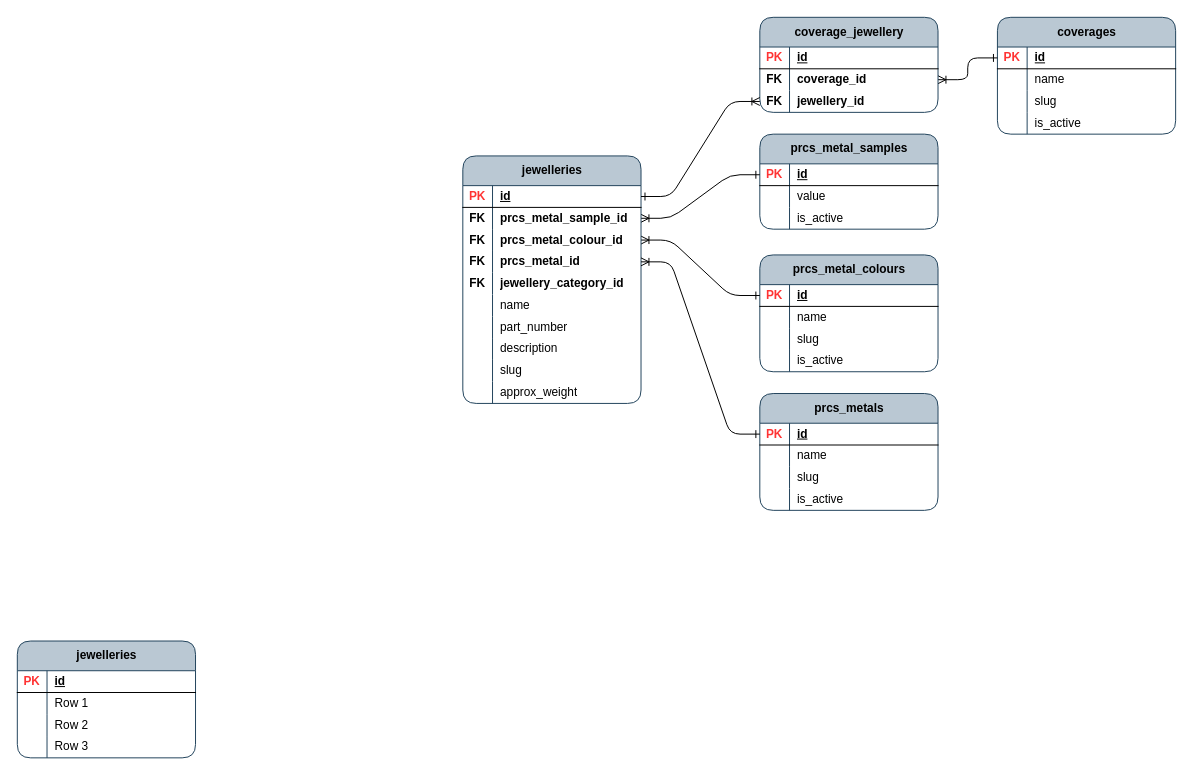
The draw.io diagram page "precious_metals" (5 of 6) of jewellery_items.drawio in acwstudio/app-ben-brumm, before the edit. Source tidied: cells renumbered, new cells numbered last; positions are measured from the earlier drawing's top-left corner, leaving out a move shared by most shapes. Both pictures are drawn from the tidied source at 99%, with x=0, y=0 at pixel (17, 17).
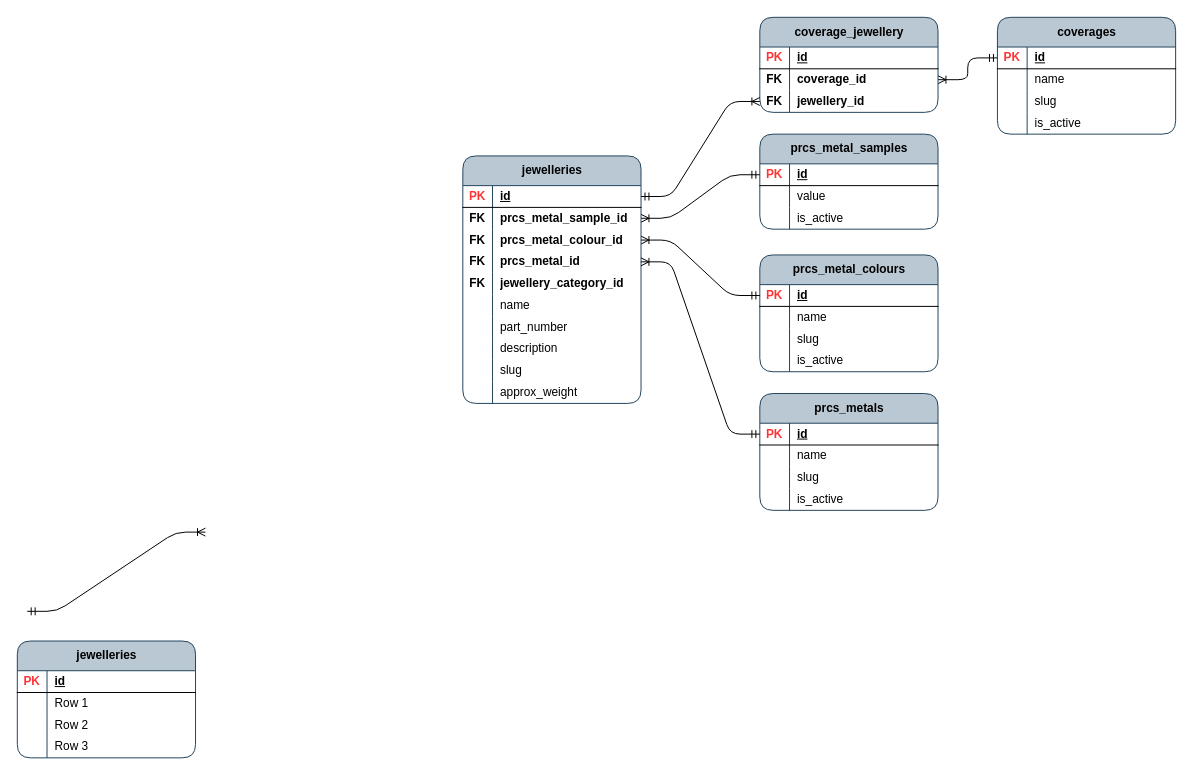
The same diagram, later.

The change refers to these unchanged cells:
```xml
<mxCell id="16" style="shape=tableRow;horizontal=0;startSize=0;swimlaneHead=0;swimlaneBody=0;fillColor=none;points=[[0,0.5],[1,0.5]];portConstraint=eastwest;top=0;left=0;right=0;bottom=1;rounded=1;" parent="15" vertex="1">
  <mxGeometry y="30" width="180" height="22" as="geometry" />
</mxCell>
<mxCell id="29" style="shape=tableRow;horizontal=0;startSize=0;swimlaneHead=0;swimlaneBody=0;fillColor=none;points=[[0,0.5],[1,0.5]];portConstraint=eastwest;top=0;left=0;right=0;bottom=1;rounded=1;" parent="28" vertex="1">
  <mxGeometry y="30" width="180" height="22" as="geometry" />
</mxCell>
<mxCell id="41" style="shape=tableRow;horizontal=0;startSize=0;swimlaneHead=0;swimlaneBody=0;fillColor=none;points=[[0,0.5],[1,0.5]];portConstraint=eastwest;top=0;left=0;right=0;bottom=1;rounded=1;" parent="40" vertex="1">
  <mxGeometry y="30" width="180" height="22" as="geometry" />
</mxCell>
<mxCell id="54" style="shape=tableRow;horizontal=0;startSize=0;swimlaneHead=0;swimlaneBody=0;fillColor=none;points=[[0,0.5],[1,0.5]];portConstraint=eastwest;top=0;left=0;right=0;bottom=1;rounded=1;" parent="53" vertex="1">
  <mxGeometry y="30" width="180" height="22" as="geometry" />
</mxCell>
<mxCell id="68" style="shape=tableRow;horizontal=0;startSize=0;swimlaneHead=0;swimlaneBody=0;fillColor=none;points=[[0,0.5],[1,0.5]];portConstraint=eastwest;top=0;left=0;right=0;bottom=1;rounded=1;" parent="67" vertex="1">
  <mxGeometry y="30" width="180" height="22" as="geometry" />
</mxCell>
<mxCell id="71" style="shape=tableRow;horizontal=0;startSize=0;swimlaneHead=0;swimlaneBody=0;fillColor=none;points=[[0,0.5],[1,0.5]];portConstraint=eastwest;top=0;left=0;right=0;bottom=0;rounded=1;" parent="67" vertex="1">
  <mxGeometry y="52" width="180" height="22" as="geometry" />
</mxCell>
<mxCell id="74" style="shape=tableRow;horizontal=0;startSize=0;swimlaneHead=0;swimlaneBody=0;fillColor=none;points=[[0,0.5],[1,0.5]];portConstraint=eastwest;top=0;left=0;right=0;bottom=0;rounded=1;" parent="67" vertex="1">
  <mxGeometry y="74" width="180" height="22" as="geometry" />
</mxCell>
<mxCell id="77" style="shape=tableRow;horizontal=0;startSize=0;swimlaneHead=0;swimlaneBody=0;fillColor=none;points=[[0,0.5],[1,0.5]];portConstraint=eastwest;top=0;left=0;right=0;bottom=0;rounded=1;" parent="67" vertex="1">
  <mxGeometry y="96" width="180" height="22" as="geometry" />
</mxCell>
<mxCell id="102" style="shape=tableRow;horizontal=0;startSize=0;swimlaneHead=0;swimlaneBody=0;fillColor=none;points=[[0,0.5],[1,0.5]];portConstraint=eastwest;top=0;left=0;right=0;bottom=0;rounded=1;fontStyle=1;" parent="98" vertex="1">
  <mxGeometry y="52" width="180" height="22" as="geometry" />
</mxCell>
<mxCell id="105" style="shape=tableRow;horizontal=0;startSize=0;swimlaneHead=0;swimlaneBody=0;fillColor=none;points=[[0,0.5],[1,0.5]];portConstraint=eastwest;top=0;left=0;right=0;bottom=0;rounded=1;" parent="98" vertex="1">
  <mxGeometry y="74" width="180" height="22" as="geometry" />
</mxCell>
```

Diff of the diagram source:
```diff
@@
-    <mxCell id="38" style="edgeStyle=entityRelationEdgeStyle;fontSize=12;html=1;endArrow=ERoneToMany;rounded=1;curved=0;exitX=0;exitY=0.5;exitDx=0;exitDy=0;endFill=0;startArrow=ERone;startFill=0;entryX=1;entryY=0.5;entryDx=0;entryDy=0;" parent="1" edge="1" source="29" target="71">
+    <mxCell id="38" style="edgeStyle=entityRelationEdgeStyle;fontSize=12;html=1;endArrow=ERoneToMany;rounded=1;curved=0;exitX=0;exitY=0.5;exitDx=0;exitDy=0;endFill=0;startArrow=ERmandOne;startFill=0;entryX=1;entryY=0.5;entryDx=0;entryDy=0;" parent="1" edge="1" source="29" target="71">
       <mxGeometry relative="1" as="geometry" />
     </mxCell>
-    <mxCell id="39" style="edgeStyle=entityRelationEdgeStyle;fontSize=12;html=1;endArrow=ERoneToMany;rounded=1;curved=0;exitX=0;exitY=0.5;exitDx=0;exitDy=0;endFill=0;startArrow=ERone;startFill=0;entryX=1;entryY=0.5;entryDx=0;entryDy=0;" parent="1" edge="1" source="16" target="74">
+    <mxCell id="39" style="edgeStyle=entityRelationEdgeStyle;fontSize=12;html=1;endArrow=ERoneToMany;rounded=1;curved=0;exitX=0;exitY=0.5;exitDx=0;exitDy=0;endFill=0;startArrow=ERmandOne;startFill=0;entryX=1;entryY=0.5;entryDx=0;entryDy=0;" parent="1" edge="1" source="16" target="74">
       <mxGeometry relative="1" as="geometry" />
     </mxCell>
@@
-    <mxCell id="66" style="edgeStyle=entityRelationEdgeStyle;fontSize=12;html=1;endArrow=ERoneToMany;rounded=1;curved=0;endFill=0;startArrow=ERone;startFill=0;exitX=0;exitY=0.5;exitDx=0;exitDy=0;entryX=1;entryY=0.5;entryDx=0;entryDy=0;" parent="1" edge="1" source="54" target="102">
+    <mxCell id="66" style="edgeStyle=entityRelationEdgeStyle;fontSize=12;html=1;endArrow=ERoneToMany;rounded=1;curved=0;endFill=0;startArrow=ERmandOne;startFill=0;exitX=0;exitY=0.5;exitDx=0;exitDy=0;entryX=1;entryY=0.5;entryDx=0;entryDy=0;" parent="1" edge="1" source="54" target="102">
       <mxGeometry relative="1" as="geometry" />
     </mxCell>
@@
-    <mxCell id="108" style="edgeStyle=entityRelationEdgeStyle;fontSize=12;html=1;endArrow=ERoneToMany;rounded=1;curved=0;endFill=0;startArrow=ERone;startFill=0;exitX=0;exitY=0.5;exitDx=0;exitDy=0;entryX=1;entryY=0.5;entryDx=0;entryDy=0;" parent="1" edge="1" source="41" target="77">
+    <mxCell id="108" style="edgeStyle=entityRelationEdgeStyle;fontSize=12;html=1;endArrow=ERoneToMany;rounded=1;curved=0;endFill=0;startArrow=ERmandOne;startFill=0;exitX=0;exitY=0.5;exitDx=0;exitDy=0;entryX=1;entryY=0.5;entryDx=0;entryDy=0;" parent="1" edge="1" source="41" target="77">
       <mxGeometry relative="1" as="geometry" />
     </mxCell>
-    <mxCell id="109" style="edgeStyle=entityRelationEdgeStyle;fontSize=12;html=1;endArrow=ERoneToMany;rounded=1;curved=0;exitX=1;exitY=0.5;exitDx=0;exitDy=0;endFill=0;startArrow=ERone;startFill=0;entryX=0;entryY=0.5;entryDx=0;entryDy=0;" parent="1" edge="1" source="68" target="105">
+    <mxCell id="109" style="edgeStyle=entityRelationEdgeStyle;fontSize=12;html=1;endArrow=ERoneToMany;rounded=1;curved=0;exitX=1;exitY=0.5;exitDx=0;exitDy=0;endFill=0;startArrow=ERmandOne;startFill=0;entryX=0;entryY=0.5;entryDx=0;entryDy=0;" parent="1" edge="1" source="68" target="105">
       <mxGeometry relative="1" as="geometry" />
     </mxCell>
+    <mxCell id="110" style="edgeStyle=entityRelationEdgeStyle;fontSize=12;html=1;endArrow=ERoneToMany;rounded=1;curved=0;endFill=0;startArrow=ERmandOne;startFill=0;" parent="1" edge="1">
+      <mxGeometry relative="1" as="geometry">
+        <mxPoint x="10" y="600" as="sourcePoint" />
+        <mxPoint x="190" y="520" as="targetPoint" />
+      </mxGeometry>
+    </mxCell>
```
